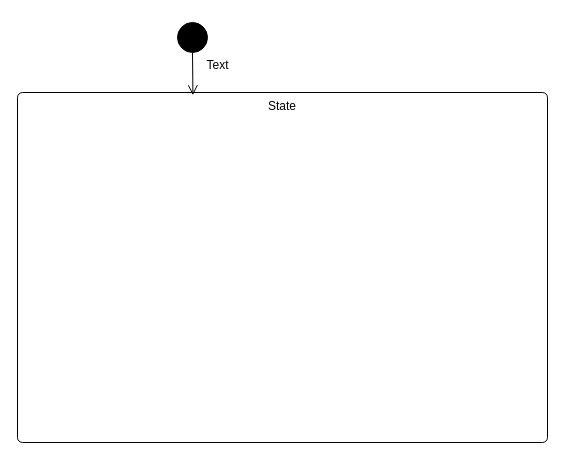
The draw.io diagram Диаграмма6.drawio in danaddi/draw.io, before the edit. Source tidied: cells renumbered, new cells numbered last; positions are measured from the earlier drawing's top-left corner, leaving out a move shared by most shapes. Both pictures are drawn from the tidied source at 100%, with x=0, y=0 at pixel (17, 22).
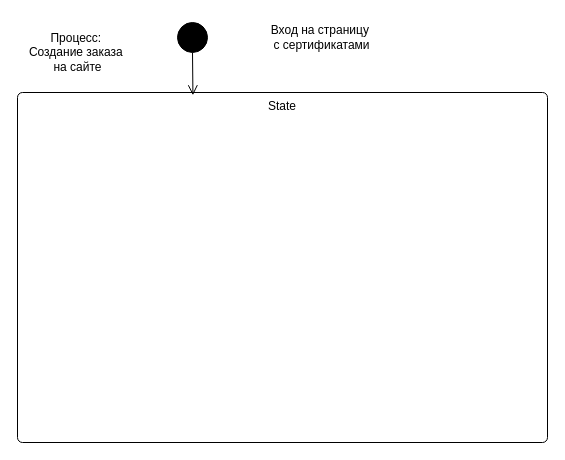
Above is the later version.

Change to the diagram source:
```diff
@@
 <mxGraphModel>
   <root>
     <mxCell id="0" />
     <mxCell id="1" parent="0" />
     <mxCell id="2" style="ellipse;fillColor=strokeColor;html=1;" parent="1" vertex="1">
       <mxGeometry x="160" width="30" height="30" as="geometry" />
     </mxCell>
     <mxCell id="3" value="State" style="html=1;align=center;verticalAlign=top;rounded=1;absoluteArcSize=1;arcSize=10;dashed=0;whiteSpace=wrap;" parent="1" vertex="1">
       <mxGeometry y="70" width="530" height="350" as="geometry" />
     </mxCell>
     <mxCell id="4" style="endArrow=open;startArrow=none;endFill=0;startFill=0;endSize=8;html=1;verticalAlign=bottom;labelBackgroundColor=none;strokeWidth=1;rounded=0;exitX=0.5;exitY=1;exitDx=0;exitDy=0;entryX=0.331;entryY=0.008;entryDx=0;entryDy=0;entryPerimeter=0;" parent="1" edge="1" source="2" target="3">
       <mxGeometry relative="1" as="geometry" />
     </mxCell>
-    <mxCell id="5" value="Text" style="text;html=1;align=center;verticalAlign=middle;strokeColor=none;fillColor=none;" parent="1" vertex="1">
-      <mxGeometry x="175" y="28" width="50" height="30" as="geometry" />
-    </mxCell>
+    <mxCell id="6" value="Процесс:&amp;nbsp;&lt;div&gt;Создание заказа&amp;nbsp;&lt;div&gt;на сайте&lt;/div&gt;&lt;/div&gt;" style="text;html=1;align=center;verticalAlign=middle;strokeColor=none;fillColor=none;" parent="1" vertex="1">
+      <mxGeometry width="120" height="60" as="geometry" />
+    </mxCell>
+    <mxCell id="7" value="Вход на страницу&amp;nbsp;&lt;div&gt;с сертификатами&lt;/div&gt;" style="text;html=1;align=center;verticalAlign=middle;strokeColor=none;fillColor=none;" parent="1" vertex="1">
+      <mxGeometry x="239" y="-5" width="130" height="40" as="geometry" />
+    </mxCell>
   </root>
 </mxGraphModel>
```
